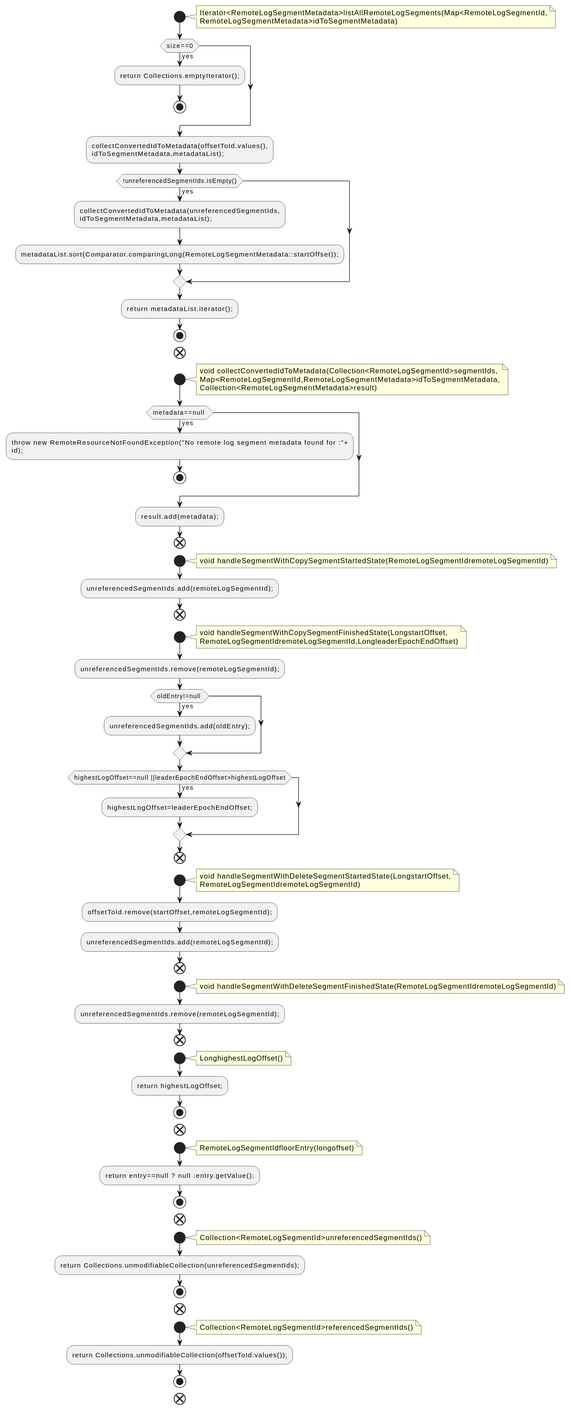
Above: docs/qc/storage/src/main/java/org/apache/kafka/server/log/remote/metadata/storage/RemoteLogLeaderEpochState.java.fct.svg in qualitesys/kafka (PlantUML), before the change.
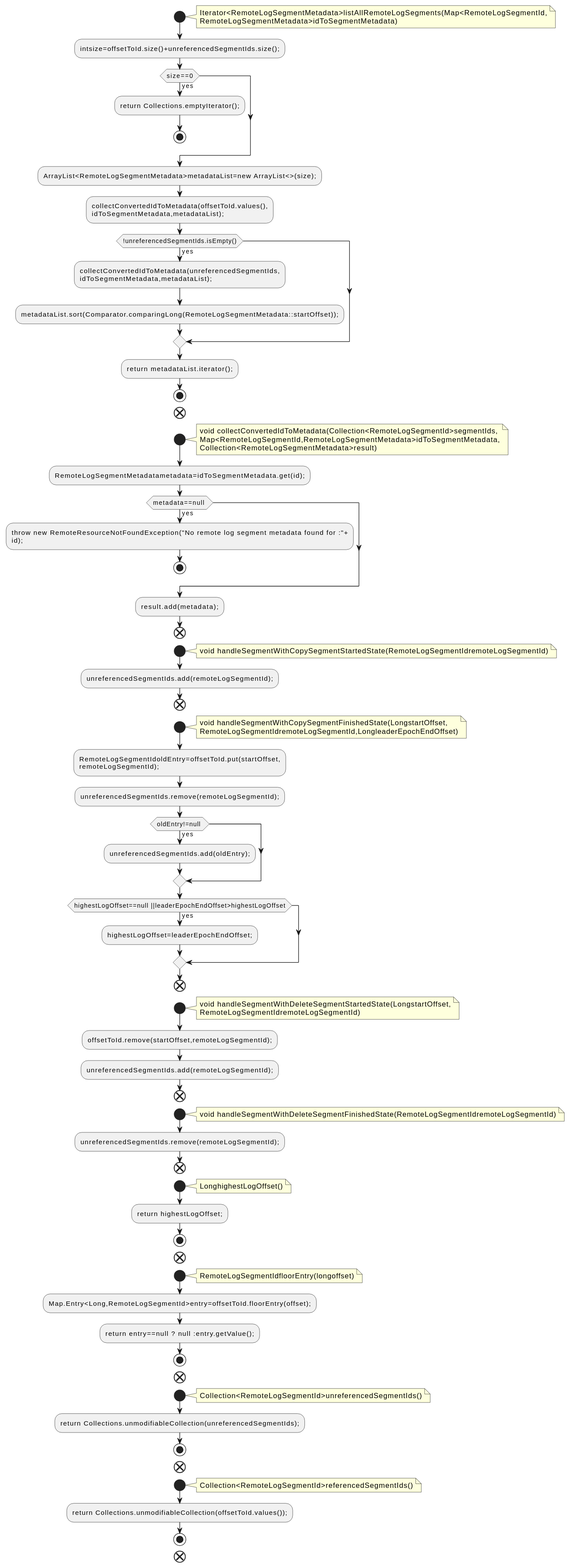
Above is the later version.

The edit, as a diff of the source:
```diff
@@ -5,10 +5,12 @@
 Iterator<RemoteLogSegmentMetadata>listAllRemoteLogSegments(Map<RemoteLogSegmentId,
 RemoteLogSegmentMetadata>idToSegmentMetadata)
 end note
+:intsize=offsetToId.size()+unreferencedSegmentIds.size();;
 if (size==0) then (yes)
 :return Collections.emptyIterator();;
 stop
 endif
+:ArrayList<RemoteLogSegmentMetadata>metadataList=new ArrayList<>(size);;
 :collectConvertedIdToMetadata(offsetToId.values(),
 idToSegmentMetadata,metadataList);;
 if (!unreferencedSegmentIds.isEmpty()) then (yes)
@@ -25,6 +27,7 @@
 Map<RemoteLogSegmentId,RemoteLogSegmentMetadata>idToSegmentMetadata,
 Collection<RemoteLogSegmentMetadata>result)
 end note
+:RemoteLogSegmentMetadatametadata=idToSegmentMetadata.get(id);;
 if (metadata==null ) then (yes)
 :throw new RemoteResourceNotFoundException("No remote log segment metadata found for :"+
 id);;
@@ -43,6 +46,8 @@
 void handleSegmentWithCopySegmentFinishedState(LongstartOffset,
 RemoteLogSegmentIdremoteLogSegmentId,LongleaderEpochEndOffset)
 end note
+:RemoteLogSegmentIdoldEntry=offsetToId.put(startOffset,
+remoteLogSegmentId);;
 :unreferencedSegmentIds.remove(remoteLogSegmentId);;
 if (oldEntry!=null ) then (yes)
 :unreferencedSegmentIds.add(oldEntry);;
@@ -76,6 +81,7 @@
 note right
 RemoteLogSegmentIdfloorEntry(longoffset)
 end note
+:Map.Entry<Long,RemoteLogSegmentId>entry=offsetToId.floorEntry(offset);;
 :return entry==null ? null :entry.getValue();;
 stop
 end
```
